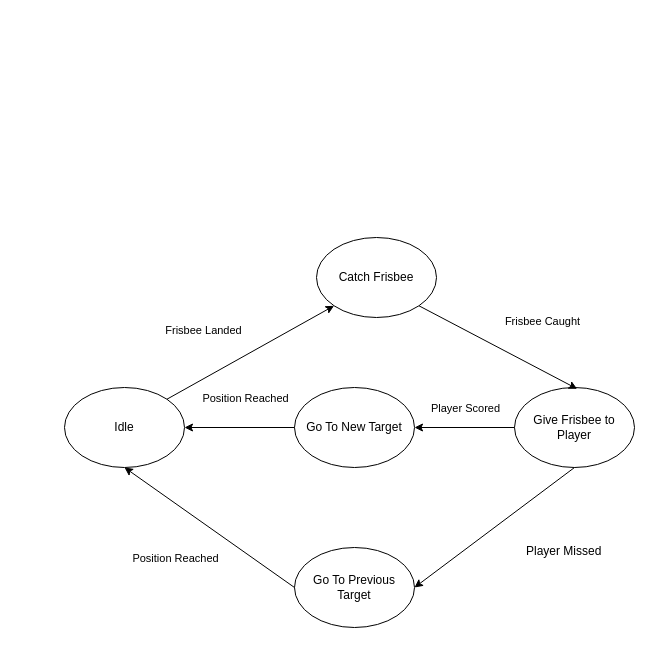
Above: FSMs/FrisbeeGame/Dog/dogFSM.drawio in DavidPalricas/CountryFair-VR (draw.io), before the change. Source tidied: cells renumbered, new cells numbered last; positions are measured from the earlier drawing's top-left corner, leaving out a move shared by most shapes. Both pictures are drawn from the tidied source at 100%, with x=0, y=0 at pixel (64, 237).
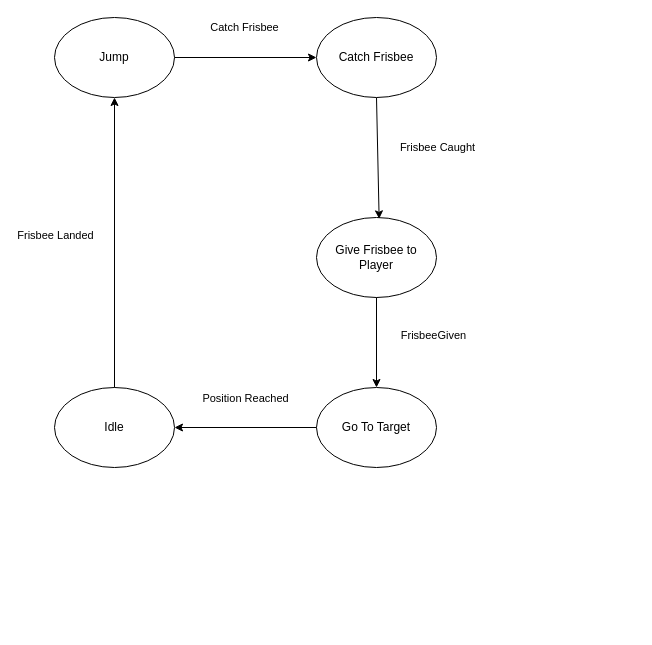
Above is the later version.

What changed in the source:
```diff
@@
     <mxCell id="2" value="Idle" style="ellipse;whiteSpace=wrap;html=1;" parent="1" vertex="1">
-      <mxGeometry y="150" width="120" height="80" as="geometry" />
+      <mxGeometry x="-10" y="150" width="120" height="80" as="geometry" />
     </mxCell>
     <mxCell id="3" value="Give Frisbee to Player" style="ellipse;whiteSpace=wrap;html=1;" parent="1" vertex="1">
-      <mxGeometry x="450" y="150" width="120" height="80" as="geometry" />
+      <mxGeometry x="252" y="-20" width="120" height="80" as="geometry" />
     </mxCell>
-    <mxCell id="4" value="&lt;div&gt;Go To New Target&lt;/div&gt;" style="ellipse;whiteSpace=wrap;html=1;" parent="1" vertex="1">
-      <mxGeometry x="230" y="150" width="120" height="80" as="geometry" />
+    <mxCell id="4" value="&lt;div&gt;Go To Target&lt;/div&gt;" style="ellipse;whiteSpace=wrap;html=1;" parent="1" vertex="1">
+      <mxGeometry x="252" y="150" width="120" height="80" as="geometry" />
     </mxCell>
-    <mxCell id="5" style="endArrow=classic;html=1;rounded=0;exitX=1;exitY=0;exitDx=0;exitDy=0;entryX=0;entryY=1;entryDx=0;entryDy=0;" parent="1" edge="1" source="2" target="13">
-      <mxGeometry relative="1" as="geometry" />
-    </mxCell>
-    <mxCell id="6" value="Frisbee Landed" style="edgeLabel;html=1;align=center;verticalAlign=middle;" parent="5" vertex="1">
-      <mxGeometry x="-0.15" relative="1" as="geometry">
-        <mxPoint x="-35" y="-30" as="offset" />
-      </mxGeometry>
-    </mxCell>
@@
-    <mxCell id="8" style="endArrow=classic;html=1;rounded=0;exitX=0;exitY=0.5;exitDx=0;exitDy=0;entryX=1;entryY=0.5;entryDx=0;entryDy=0;" parent="1" edge="1" source="3" target="4">
+    <mxCell id="8" style="endArrow=classic;html=1;rounded=0;exitX=0.5;exitY=1;exitDx=0;exitDy=0;entryX=0.5;entryY=0;entryDx=0;entryDy=0;" parent="1" edge="1" source="3" target="4">
       <mxGeometry relative="1" as="geometry" />
     </mxCell>
-    <mxCell id="9" value="Player Scored" style="edgeLabel;html=1;align=center;verticalAlign=middle;" parent="1" vertex="1">
-      <mxGeometry x="400" y="170" as="geometry" />
+    <mxCell id="9" value="FrisbeeGiven" style="edgeLabel;html=1;align=center;verticalAlign=middle;" parent="1" vertex="1">
+      <mxGeometry x="360" y="100" as="geometry">
+        <mxPoint x="8" y="-3" as="offset" />
+      </mxGeometry>
     </mxCell>
@@
-    <mxCell id="11" style="endArrow=classic;html=1;rounded=0;exitX=1;exitY=1;exitDx=0;exitDy=0;entryX=0.522;entryY=0.017;entryDx=0;entryDy=0;entryPerimeter=0;" parent="1" edge="1" source="13" target="3">
+    <mxCell id="11" style="endArrow=classic;html=1;rounded=0;exitX=0.5;exitY=1;exitDx=0;exitDy=0;entryX=0.522;entryY=0.017;entryDx=0;entryDy=0;entryPerimeter=0;" parent="1" edge="1" source="13" target="3">
       <mxGeometry relative="1" as="geometry" />
     </mxCell>
     <mxCell id="12" value="Frisbee Caught" style="edgeLabel;html=1;align=center;verticalAlign=middle;" parent="11" vertex="1">
       <mxGeometry x="-0.15" relative="1" as="geometry">
-        <mxPoint x="56" y="-20" as="offset" />
+        <mxPoint x="59" y="-2" as="offset" />
       </mxGeometry>
     </mxCell>
     <mxCell id="13" value="Catch Frisbee" style="ellipse;whiteSpace=wrap;html=1;" parent="1" vertex="1">
-      <mxGeometry x="252" width="120" height="80" as="geometry" />
+      <mxGeometry x="252" y="-220" width="120" height="80" as="geometry" />
     </mxCell>
-    <mxCell id="14" value="&lt;div&gt;Player Missed&lt;/div&gt;&lt;div&gt;&lt;br&gt;&lt;/div&gt;" style="text;whiteSpace=wrap;html=1;" parent="1" vertex="1">
-      <mxGeometry x="460" y="300" width="110" height="40" as="geometry" />
-    </mxCell>
-    <mxCell id="15" style="endArrow=classic;html=1;rounded=0;exitX=0.5;exitY=1;exitDx=0;exitDy=0;entryX=1;entryY=0.5;entryDx=0;entryDy=0;" parent="1" edge="1" source="3" target="16">
-      <mxGeometry relative="1" as="geometry" />
-    </mxCell>
-    <mxCell id="16" value="&lt;div&gt;Go To Previous Target&lt;/div&gt;" style="ellipse;whiteSpace=wrap;html=1;" parent="1" vertex="1">
-      <mxGeometry x="230" y="310" width="120" height="80" as="geometry" />
-    </mxCell>
-    <mxCell id="17" value="Position Reached" style="edgeLabel;html=1;align=center;verticalAlign=middle;" parent="1" vertex="1">
-      <mxGeometry x="110" y="320" as="geometry" />
-    </mxCell>
-    <mxCell id="18" style="endArrow=classic;html=1;rounded=0;exitX=0;exitY=0.5;exitDx=0;exitDy=0;entryX=0.5;entryY=1;entryDx=0;entryDy=0;" parent="1" edge="1" source="16" target="2">
-      <mxGeometry relative="1" as="geometry" />
-    </mxCell>
+    <mxCell id="19" value="Jump" style="ellipse;whiteSpace=wrap;html=1;" parent="1" vertex="1">
+      <mxGeometry x="-10" y="-220" width="120" height="80" as="geometry" />
+    </mxCell>
+    <mxCell id="20" style="endArrow=classic;html=1;rounded=0;exitX=0.5;exitY=0;exitDx=0;exitDy=0;entryX=0.5;entryY=1;entryDx=0;entryDy=0;" parent="1" edge="1" source="2" target="19">
+      <mxGeometry relative="1" as="geometry" />
+    </mxCell>
+    <mxCell id="6" value="Frisbee Landed" style="edgeLabel;html=1;align=center;verticalAlign=middle;" parent="20" vertex="1">
+      <mxGeometry x="-0.15" relative="1" as="geometry">
+        <mxPoint x="-60" y="-30" as="offset" />
+      </mxGeometry>
+    </mxCell>
+    <mxCell id="21" style="endArrow=classic;html=1;rounded=0;exitX=1;exitY=0.5;exitDx=0;exitDy=0;entryX=0;entryY=0.5;entryDx=0;entryDy=0;" parent="1" edge="1" source="19" target="13">
+      <mxGeometry relative="1" as="geometry" />
+    </mxCell>
+    <mxCell id="22" value="Catch Frisbee" style="edgeLabel;html=1;align=center;verticalAlign=middle;" parent="21" vertex="1">
+      <mxGeometry x="-0.15" relative="1" as="geometry">
+        <mxPoint x="9" y="-31" as="offset" />
+      </mxGeometry>
+    </mxCell>
```
